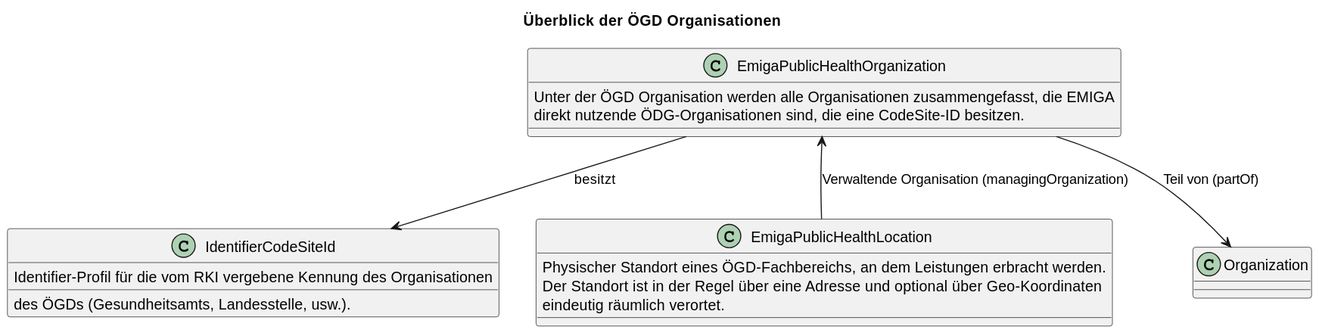
Earlier version of the PlantUML export rki.emiga.vzd/guides/implementationguides.vzd/PlantUML/SVGs/OEGDOverview.svg (robert-koch-institut/rki.emiga.vzd).
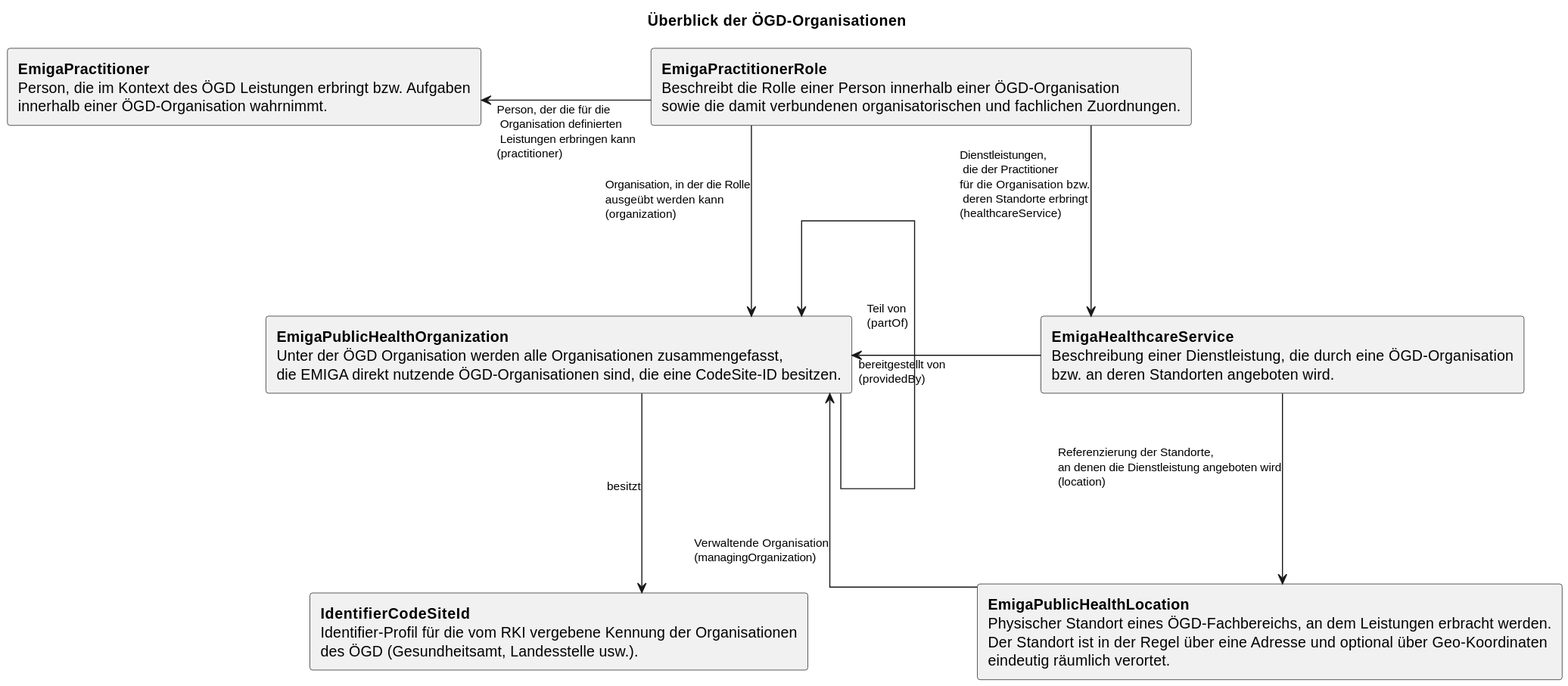
The same file after the commit.

What changed in the source:
```diff
@@ -1,24 +1,58 @@
 @startuml
-title Überblick der ÖGD Organisationen
+title Überblick der ÖGD-Organisationen
 
-class EmigaPublicHealthOrganization{
-Unter der ÖGD Organisation werden alle Organisationen zusammengefasst, die EMIGA
-direkt nutzende ÖDG-Organisationen sind, die eine CodeSite-ID besitzen.
-}
-class IdentifierCodeSiteId{
-Identifier-Profil für die vom RKI vergebene Kennung des Organisationen
-des ÖGDs (Gesundheitsamts, Landesstelle, usw.).
-}
-class EmigaPublicHealthLocation{
-Physischer Standort eines ÖGD-Fachbereichs, an dem Leistungen erbracht werden.
-Der Standort ist in der Regel über eine Adresse und optional über Geo-Koordinaten
-eindeutig räumlich verortet.
-}
+top to bottom direction
 
-EmigaPublicHealthOrganization --> Organization : Teil von (partOf)
-EmigaPublicHealthLocation --> EmigaPublicHealthOrganization : Verwaltende Organisation (managingOrganization)
-EmigaPublicHealthOrganization --> IdentifierCodeSiteId : besitzt
+skinparam shadowing false
+skinparam linetype ortho
+skinparam defaultTextAlignment left
+skinparam ArrowFontSize 11
 
-Organization -[hidden]down- EmigaPublicHealthOrganization
-EmigaPublicHealthOrganization -[hidden]down- EmigaPublicHealthLocation
+skinparam nodesep 160
+skinparam ranksep 180
+
+
+rectangle "**EmigaPublicHealthOrganization**\nUnter der ÖGD Organisation werden alle Organisationen zusammengefasst,\ndie EMIGA direkt nutzende ÖGD-Organisationen sind, die eine CodeSite-ID besitzen." as EmigaPublicHealthOrganization
+
+rectangle "**IdentifierCodeSiteId**\nIdentifier-Profil für die vom RKI vergebene Kennung der Organisationen\ndes ÖGD (Gesundheitsamt, Landesstelle usw.)." as IdentifierCodeSiteId
+
+rectangle "**EmigaPublicHealthLocation**\nPhysischer Standort eines ÖGD-Fachbereichs, an dem Leistungen erbracht werden.\nDer Standort ist in der Regel über eine Adresse und optional über Geo-Koordinaten\neindeutig räumlich verortet." as EmigaPublicHealthLocation
+
+rectangle "**EmigaPractitioner**\nPerson, die im Kontext des ÖGD Leistungen erbringt bzw. Aufgaben\ninnerhalb einer ÖGD-Organisation wahrnimmt." as EmigaPractitioner
+
+rectangle "**EmigaPractitionerRole**\nBeschreibt die Rolle einer Person innerhalb einer ÖGD-Organisation\nsowie die damit verbundenen organisatorischen und fachlichen Zuordnungen." as EmigaPractitionerRole
+
+rectangle "**EmigaHealthcareService**\nBeschreibung einer Dienstleistung, die durch eine ÖGD-Organisation\nbzw. an deren Standorten angeboten wird." as EmigaHealthcareService
+
+
+
+EmigaPractitioner -[hidden]right- EmigaPractitionerRole
+EmigaPractitionerRole -[hidden]right- EmigaHealthcareService
+
+EmigaPractitionerRole -[hidden]down- EmigaPublicHealthOrganization
+
+IdentifierCodeSiteId -[hidden]right- EmigaPublicHealthOrganization
+EmigaPublicHealthOrganization -[hidden]right- EmigaPublicHealthLocation
+
+
+
+EmigaPractitionerRole -left-> EmigaPractitioner : Person, der die für die\n Organisation definierten\n Leistungen erbringen kann\n(practitioner)
+
+EmigaPractitionerRole -down-> EmigaPublicHealthOrganization : Organisation, in der die Rolle\nausgeübt werden kann\n(organization)
+
+EmigaPractitionerRole -right-> EmigaHealthcareService : Dienstleistungen,\n die der Practitioner\nfür die Organisation bzw.\n deren Standorte erbringt\n(healthcareService)
+
+
+
+EmigaHealthcareService -left-> EmigaPublicHealthOrganization : bereitgestellt von\n(providedBy)
+
+EmigaHealthcareService --> EmigaPublicHealthLocation : Referenzierung der Standorte,\nan denen die Dienstleistung angeboten wird\n(location)
+
+
+
+EmigaPublicHealthOrganization -up-> EmigaPublicHealthOrganization : Teil von\n(partOf)
+
+EmigaPublicHealthLocation -left-> EmigaPublicHealthOrganization : Verwaltende Organisation\n(managingOrganization)
+
+EmigaPublicHealthOrganization -down-> IdentifierCodeSiteId : besitzt
 @enduml
```
